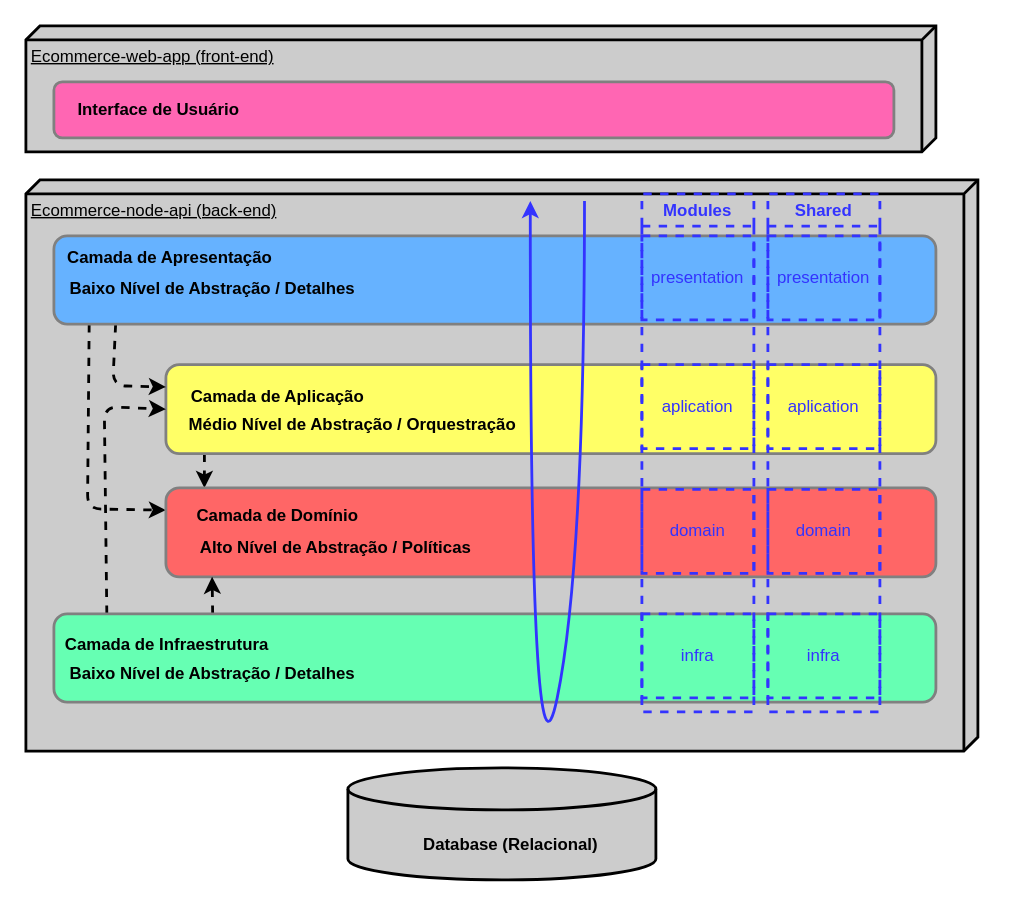
This is page "Arquitetura em Camadas" (1 of 2) of requirements/ecommerce-arquitetura.drawio from Yadons/ecommerce-node-api, a draw.io file, before an edit. Source tidied: cells renumbered, new cells numbered last; positions are measured from the earlier drawing's top-left corner, leaving out a move shared by most shapes. Both pictures are drawn from the tidied source at 140%, with x=0, y=0 at pixel (25, 25).
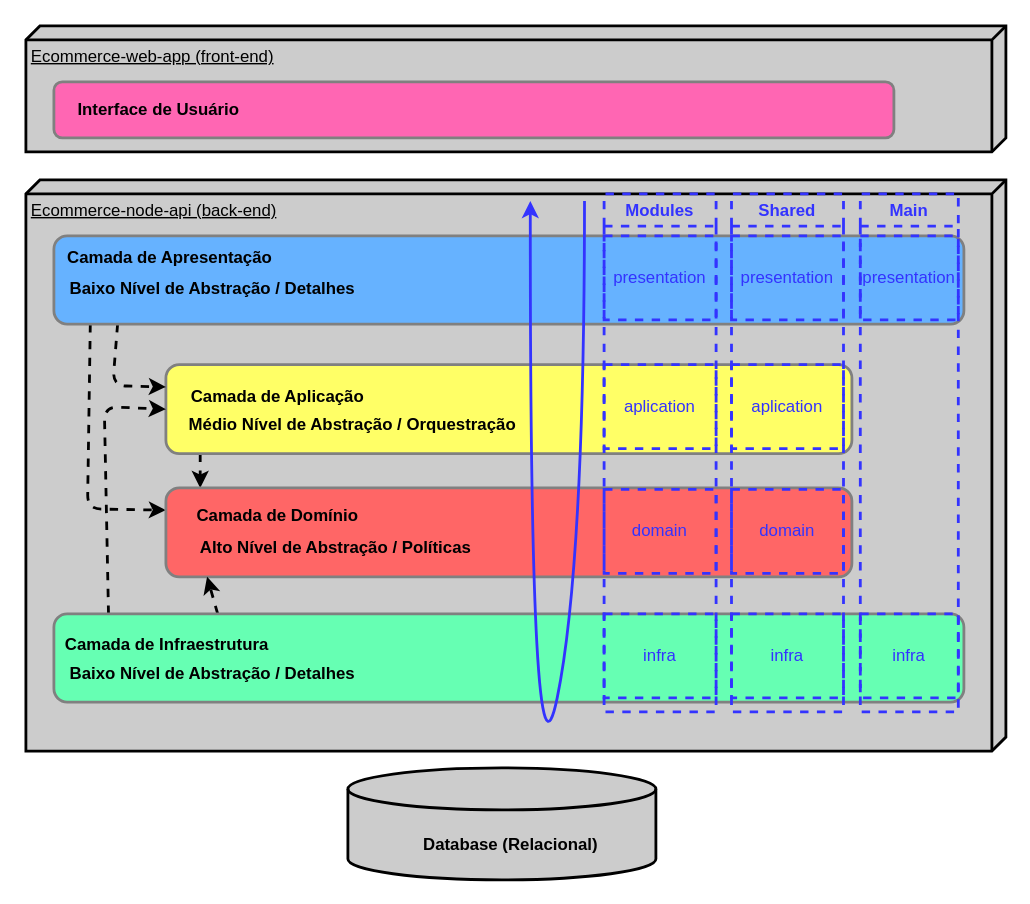
Above is the later version.

The edit, as a diff of the source:
```diff
@@
     <mxCell id="2" value="&lt;font color=&quot;#000000&quot;&gt;Ecommerce-node-api (back-end)&lt;/font&gt;" style="verticalAlign=top;align=left;spacingTop=8;spacingLeft=2;spacingRight=12;shape=cube;size=10;direction=south;fontStyle=4;html=1;strokeWidth=2;fillColor=#CCCCCC;" parent="1" vertex="1">
-      <mxGeometry y="110" width="680" height="408" as="geometry" />
+      <mxGeometry y="110" width="700" height="408" as="geometry" />
     </mxCell>
     <mxCell id="3" value="&lt;font color=&quot;#000000&quot;&gt;Ecommerce-web-app (front-end)&lt;/font&gt;" style="verticalAlign=top;align=left;spacingTop=8;spacingLeft=2;spacingRight=12;shape=cube;size=10;direction=south;fontStyle=4;html=1;strokeWidth=2;fillColor=#CCCCCC;" parent="1" vertex="1">
-      <mxGeometry width="650" height="90" as="geometry" />
+      <mxGeometry width="700" height="90" as="geometry" />
     </mxCell>
@@
     <mxCell id="7" style="rounded=1;whiteSpace=wrap;html=1;labelBackgroundColor=none;strokeWidth=2;fontColor=#000000;fillColor=#FFFF66;strokeColor=#808080;points=[[0,0,0,0,0],[0,0.25,0,0,0],[0,0.5,0,0,0],[0,0.75,0,0,0],[0,1,0,0,0],[0.05,1,0,0,0],[0.25,0,0,0,0],[0.5,0,0,0,0],[0.5,1,0,0,0],[0.75,0,0,0,0],[0.75,1,0,0,0],[1,0,0,0,0],[1,0.25,0,0,0],[1,0.5,0,0,0],[1,0.75,0,0,0],[1,1,0,0,0]];" parent="1" vertex="1">
-      <mxGeometry x="100" y="242" width="550" height="63.5" as="geometry" />
+      <mxGeometry x="100" y="242" width="490" height="63.5" as="geometry" />
     </mxCell>
@@
     <mxCell id="11" style="rounded=1;whiteSpace=wrap;html=1;labelBackgroundColor=none;strokeWidth=2;fontColor=#000000;fillColor=#66B2FF;strokeColor=#808080;points=[[0,0,0,0,0],[0,0.25,0,0,0],[0,0.5,0,0,0],[0,0.75,0,0,0],[0,1,0,0,0],[0.04,1,0,0,0],[0.07,1,0,0,0],[0.25,0,0,0,0],[0.5,0,0,0,0],[0.75,0,0,0,0],[0.75,1,0,0,0],[1,0,0,0,0],[1,0.25,0,0,0],[1,0.5,0,0,0],[1,0.75,0,0,0],[1,1,0,0,0]];" parent="1" vertex="1">
-      <mxGeometry x="20" y="150" width="630" height="63" as="geometry" />
+      <mxGeometry x="20" y="150" width="650" height="63" as="geometry" />
     </mxCell>
@@
     <mxCell id="15" style="rounded=1;whiteSpace=wrap;html=1;labelBackgroundColor=none;strokeWidth=2;fontColor=#000000;fillColor=#FF6666;strokeColor=#808080;points=[[0,0,0,0,0],[0,0.25,0,0,0],[0,0.5,0,0,0],[0,0.75,0,0,0],[0,1,0,0,0],[0.05,0,0,0,0],[0.06,1,0,0,0],[0.5,0,0,0,0],[0.5,1,0,0,0],[0.75,0,0,0,0],[0.75,1,0,0,0],[1,0,0,0,0],[1,0.25,0,0,0],[1,0.5,0,0,0],[1,0.75,0,0,0],[1,1,0,0,0]];" parent="1" vertex="1">
-      <mxGeometry x="100" y="330" width="550" height="63.5" as="geometry" />
+      <mxGeometry x="100" y="330" width="490" height="63.5" as="geometry" />
     </mxCell>
@@
     <mxCell id="19" style="rounded=1;whiteSpace=wrap;html=1;labelBackgroundColor=none;strokeWidth=2;fontColor=#000000;fillColor=#66FFB3;strokeColor=#808080;points=[[0,0,0,0,0],[0,0.25,0,0,0],[0,0.5,0,0,0],[0,0.75,0,0,0],[0,1,0,0,0],[0.06,0,0,0,0],[0.18,0,0,0,0],[0.25,1,0,0,0],[0.5,1,0,0,0],[0.75,0,0,0,0],[0.75,1,0,0,0],[1,0,0,0,0],[1,0.25,0,0,0],[1,0.5,0,0,0],[1,0.75,0,0,0],[1,1,0,0,0]];" parent="1" vertex="1">
-      <mxGeometry x="20" y="420" width="630" height="63" as="geometry" />
+      <mxGeometry x="20" y="420" width="650" height="63" as="geometry" />
     </mxCell>
@@
     <mxCell id="26" value="Modules" style="swimlane;whiteSpace=wrap;html=1;fillColor=none;fontColor=#3333FF;strokeColor=#3333FF;dashed=1;strokeWidth=2;" parent="1" vertex="1">
-      <mxGeometry x="440" y="120" width="80" height="370" as="geometry" />
+      <mxGeometry x="413" y="120" width="80" height="370" as="geometry" />
     </mxCell>
@@
     <mxCell id="31" value="Shared" style="swimlane;whiteSpace=wrap;html=1;fillColor=none;fontColor=#3333FF;strokeColor=#3333FF;dashed=1;strokeWidth=2;" parent="1" vertex="1">
-      <mxGeometry x="530" y="120" width="80" height="370" as="geometry" />
+      <mxGeometry x="504" y="120" width="80" height="370" as="geometry" />
     </mxCell>
@@
+    <mxCell id="36" value="Main" style="swimlane;whiteSpace=wrap;html=1;fillColor=none;fontColor=#3333FF;strokeColor=#3333FF;dashed=1;strokeWidth=2;startSize=23;" parent="1" vertex="1">
+      <mxGeometry x="596" y="120" width="70" height="370" as="geometry" />
+    </mxCell>
+    <mxCell id="37" value="presentation" style="rounded=0;whiteSpace=wrap;html=1;dashed=1;strokeColor=#3333FF;strokeWidth=2;fontColor=#3333FF;fillColor=none;" parent="36" vertex="1">
+      <mxGeometry y="30" width="70" height="60" as="geometry" />
+    </mxCell>
+    <mxCell id="38" value="infra" style="rounded=0;whiteSpace=wrap;html=1;dashed=1;strokeColor=#3333FF;strokeWidth=2;fontColor=#3333FF;fillColor=none;" parent="36" vertex="1">
+      <mxGeometry y="300" width="70" height="60" as="geometry" />
+    </mxCell>
```
